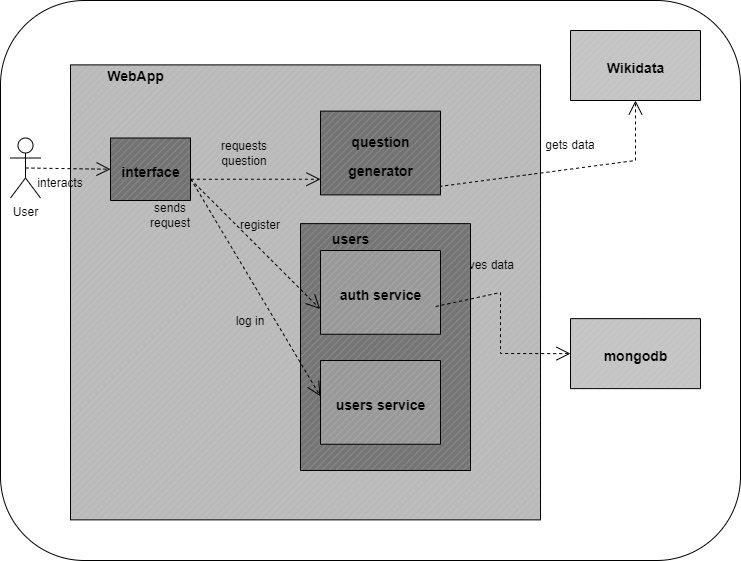
Before: docs/images/buildingBlock4.png, a diagram exported from draw.io (Arquisoft/wiq_es1b). Source tidied: cells renumbered, new cells last; positions are measured from the earlier drawing's top-left corner, leaving out a move shared by most shapes.
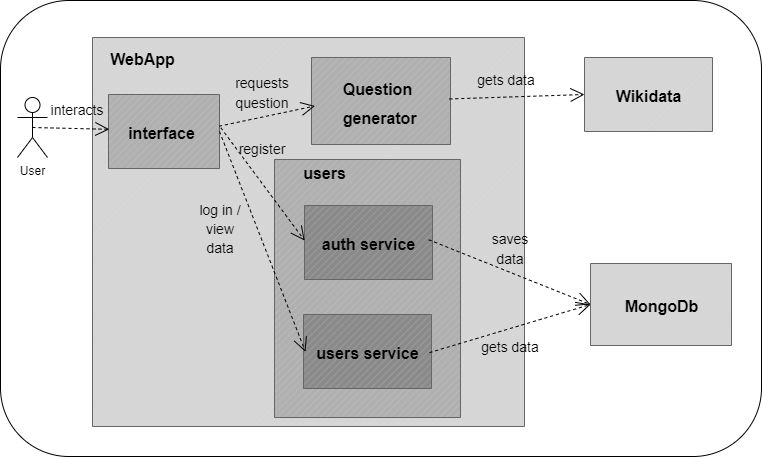
The same diagram one commit later.

Commit message:
Modified error on diagram 4

The edit, as a diff of the source:
```diff
@@ -2,113 +2,101 @@
   <root>
     <mxCell id="0" />
     <mxCell id="1" parent="0" />
-    <mxCell id="2" style="rounded=1;whiteSpace=wrap;html=1;" parent="1" vertex="1">
-      <mxGeometry width="740" height="560" as="geometry" />
-    </mxCell>
+    <mxCell id="33" style="rounded=1;whiteSpace=wrap;html=1;" parent="1" vertex="1">
+      <mxGeometry x="-223" y="23" width="761" height="456" as="geometry" />
+    </mxCell>
-    <mxCell id="3" value="User" style="shape=umlActor;verticalLabelPosition=bottom;verticalAlign=top;html=1;" parent="1" vertex="1">
-      <mxGeometry x="10" y="137.5" width="30" height="60" as="geometry" />
+    <mxCell id="3" value="User" style="shape=umlActor;verticalLabelPosition=bottom;verticalAlign=top;html=1;outlineConnect=0;" parent="1" vertex="1">
+      <mxGeometry x="-206" y="120" width="30" height="60" as="geometry" />
     </mxCell>
-    <mxCell id="4" style="verticalLabelPosition=bottom;verticalAlign=top;html=1;shape=mxgraph.basic.patternFillRect;fillStyle=diag;step=5;fillStrokeWidth=0.2;fillStrokeColor=#dddddd;fillColor=#BABABA;" parent="1" vertex="1">
-      <mxGeometry x="70" y="64.4" width="470" height="455" as="geometry" />
-    </mxCell>
+    <mxCell id="34" style="verticalLabelPosition=bottom;verticalAlign=top;html=1;shape=mxgraph.basic.patternFillRect;fillStyle=diag;step=5;fillStrokeWidth=0.2;fillStrokeColor=#dddddd;fillColor=#D6D6D6;fontColor=#333333;strokeColor=#666666;" parent="1" vertex="1">
+      <mxGeometry x="-131" y="60" width="432" height="389" as="geometry" />
+    </mxCell>
+    <mxCell id="35" style="verticalLabelPosition=bottom;verticalAlign=top;html=1;shape=mxgraph.basic.patternFillRect;fillStyle=diag;step=5;fillStrokeWidth=0.2;fillStrokeColor=#dddddd;fillColor=#D6D6D6;fontColor=#333333;strokeColor=#666666;" parent="1" vertex="1">
+      <mxGeometry x="367" y="286" width="141" height="82" as="geometry" />
+    </mxCell>
+    <mxCell id="36" style="verticalLabelPosition=bottom;verticalAlign=top;html=1;shape=mxgraph.basic.patternFillRect;fillStyle=diag;step=5;fillStrokeWidth=0.2;fillStrokeColor=#dddddd;fillColor=#D6D6D6;fontColor=#333333;strokeColor=#666666;" parent="1" vertex="1">
+      <mxGeometry x="361" y="80" width="128" height="74" as="geometry" />
+    </mxCell>
+    <mxCell id="9" value="&lt;font style=&quot;font-size: 16px;&quot;&gt;Wikidata&lt;/font&gt;" style="text;strokeColor=none;fillColor=none;html=1;fontSize=24;fontStyle=1;verticalAlign=middle;align=center;" parent="1" vertex="1">
+      <mxGeometry x="375" y="97" width="100" height="40" as="geometry" />
+    </mxCell>
+    <mxCell id="37" value="&lt;font style=&quot;font-size: 16px;&quot;&gt;MongoDb&lt;/font&gt;" style="text;strokeColor=none;fillColor=none;html=1;fontSize=24;fontStyle=1;verticalAlign=middle;align=center;" parent="1" vertex="1">
+      <mxGeometry x="387.5" y="307" width="100" height="40" as="geometry" />
+    </mxCell>
-    <mxCell id="5" value="&lt;font style=&quot;font-size: 14px;&quot;&gt;WebApp&lt;/font&gt;" style="text;strokeColor=none;fillColor=none;html=1;fontSize=24;fontStyle=1;verticalAlign=middle;align=center;" parent="1" vertex="1">
-      <mxGeometry x="90" y="55" width="90" height="35" as="geometry" />
+    <mxCell id="5" value="&lt;font style=&quot;font-size: 16px;&quot;&gt;WebApp&lt;/font&gt;" style="text;strokeColor=none;fillColor=none;html=1;fontSize=24;fontStyle=1;verticalAlign=middle;align=center;" parent="1" vertex="1">
+      <mxGeometry x="-131" y="60" width="100" height="40" as="geometry" />
     </mxCell>
-    <mxCell id="6" style="endArrow=open;endSize=12;dashed=1;html=1;rounded=0;entryX=0;entryY=0.5;entryDx=0;entryDy=0;exitX=0.5;exitY=0.5;exitDx=0;exitDy=0;exitPerimeter=0;" parent="1" edge="1" source="3" target="13">
-      <mxGeometry relative="1" as="geometry" />
-    </mxCell>
-    <mxCell id="7" style="endArrow=open;endSize=12;dashed=1;html=1;rounded=0;exitX=0.772;exitY=0.269;exitDx=0;exitDy=0;exitPerimeter=0;entryX=0.5;entryY=1;entryDx=0;entryDy=0;entryPerimeter=0;" parent="1" edge="1" source="4" target="8">
-      <mxGeometry relative="1" as="geometry">
-        <Array as="points">
-          <mxPoint x="635" y="160" />
-        </Array>
-      </mxGeometry>
-    </mxCell>
-    <mxCell id="8" style="verticalLabelPosition=bottom;verticalAlign=top;html=1;shape=mxgraph.basic.patternFillRect;fillStyle=diag;step=5;fillStrokeWidth=0.2;fillStrokeColor=#dddddd;fillColor=#C4C4C4;" parent="1" vertex="1">
-      <mxGeometry x="570" y="30" width="130" height="70" as="geometry" />
-    </mxCell>
-    <mxCell id="9" value="&lt;font style=&quot;font-size: 14px;&quot;&gt;Wikidata&lt;/font&gt;" style="text;strokeColor=none;fillColor=none;html=1;fontSize=24;fontStyle=1;verticalAlign=middle;align=center;" parent="1" vertex="1">
-      <mxGeometry x="590" y="47.5" width="90" height="35" as="geometry" />
-    </mxCell>
+    <mxCell id="38" style="verticalLabelPosition=bottom;verticalAlign=top;html=1;shape=mxgraph.basic.patternFillRect;fillStyle=diag;step=5;fillStrokeWidth=0.2;fillStrokeColor=#dddddd;fillColor=#B0B0B0;fontColor=#333333;strokeColor=#666666;" parent="1" vertex="1">
+      <mxGeometry x="-115" y="117" width="111" height="74" as="geometry" />
+    </mxCell>
+    <mxCell id="39" style="verticalLabelPosition=bottom;verticalAlign=top;html=1;shape=mxgraph.basic.patternFillRect;fillStyle=diag;step=5;fillStrokeWidth=0.2;fillStrokeColor=#dddddd;fillColor=#B0B0B0;fontColor=#333333;strokeColor=#666666;" parent="1" vertex="1">
+      <mxGeometry x="88" y="80" width="139" height="87" as="geometry" />
+    </mxCell>
+    <mxCell id="40" style="verticalLabelPosition=bottom;verticalAlign=top;html=1;shape=mxgraph.basic.patternFillRect;fillStyle=diag;step=5;fillStrokeWidth=0.2;fillStrokeColor=#dddddd;fillColor=#B0B0B0;fontColor=#333333;strokeColor=#666666;" parent="1" vertex="1">
+      <mxGeometry x="51" y="182" width="186" height="258" as="geometry" />
+    </mxCell>
+    <mxCell id="13" value="&lt;font style=&quot;font-size: 16px;&quot;&gt;interface&lt;/font&gt;" style="text;strokeColor=none;fillColor=none;html=1;fontSize=24;fontStyle=1;verticalAlign=middle;align=center;" parent="1" vertex="1">
+      <mxGeometry x="-112" y="134" width="100" height="40" as="geometry" />
+    </mxCell>
+    <mxCell id="41" value="&lt;font style=&quot;font-size: 16px;&quot;&gt;Question&lt;br&gt;&amp;nbsp;generator&lt;/font&gt;" style="text;strokeColor=none;fillColor=none;html=1;fontSize=24;fontStyle=1;verticalAlign=middle;align=center;" parent="1" vertex="1">
+      <mxGeometry x="104" y="103.5" width="100" height="40" as="geometry" />
+    </mxCell>
+    <mxCell id="32" value="&lt;span style=&quot;font-size: 16px;&quot;&gt;users&lt;/span&gt;" style="text;strokeColor=none;fillColor=none;html=1;fontSize=24;fontStyle=1;verticalAlign=middle;align=center;" parent="1" vertex="1">
+      <mxGeometry x="51" y="174" width="100" height="40" as="geometry" />
+    </mxCell>
+    <mxCell id="42" style="verticalLabelPosition=bottom;verticalAlign=top;html=1;shape=mxgraph.basic.patternFillRect;fillStyle=diag;step=5;fillStrokeWidth=0.2;fillStrokeColor=#dddddd;fillColor=#8A8A8A;fontColor=#333333;strokeColor=#666666;" parent="1" vertex="1">
+      <mxGeometry x="81" y="228" width="128" height="74" as="geometry" />
+    </mxCell>
+    <mxCell id="43" style="verticalLabelPosition=bottom;verticalAlign=top;html=1;shape=mxgraph.basic.patternFillRect;fillStyle=diag;step=5;fillStrokeWidth=0.2;fillStrokeColor=#dddddd;fillColor=#8A8A8A;fontColor=#333333;strokeColor=#666666;" parent="1" vertex="1">
+      <mxGeometry x="80" y="337" width="128" height="74" as="geometry" />
+    </mxCell>
+    <mxCell id="25" value="&lt;span style=&quot;font-size: 16px;&quot;&gt;auth service&lt;/span&gt;" style="text;strokeColor=none;fillColor=none;html=1;fontSize=24;fontStyle=1;verticalAlign=middle;align=center;" parent="1" vertex="1">
+      <mxGeometry x="95" y="245" width="100" height="40" as="geometry" />
+    </mxCell>
+    <mxCell id="27" value="&lt;span style=&quot;font-size: 16px;&quot;&gt;users service&lt;/span&gt;" style="text;strokeColor=none;fillColor=none;html=1;fontSize=24;fontStyle=1;verticalAlign=middle;align=center;" parent="1" vertex="1">
+      <mxGeometry x="94" y="354" width="100" height="40" as="geometry" />
+    </mxCell>
+    <mxCell id="44" style="endArrow=open;endSize=12;dashed=1;html=1;rounded=0;fontSize=12;exitX=0.5;exitY=0.5;exitDx=0;exitDy=0;exitPerimeter=0;entryX=0.039;entryY=0.236;entryDx=0;entryDy=0;entryPerimeter=0;" parent="1" edge="1" source="3" target="34">
+      <mxGeometry relative="1" as="geometry" />
+    </mxCell>
-    <mxCell id="10" value="interacts" style="text;html=1;align=center;verticalAlign=middle;whiteSpace=wrap;rounded=0;" parent="1" vertex="1">
-      <mxGeometry x="30" y="167.5" width="60" height="30" as="geometry" />
+    <mxCell id="10" value="&lt;font style=&quot;font-size: 14px;&quot;&gt;interacts&lt;/font&gt;" style="text;html=1;align=center;verticalAlign=middle;whiteSpace=wrap;rounded=0;fontSize=16;" parent="1" vertex="1">
+      <mxGeometry x="-176" y="117" width="60" height="30" as="geometry" />
     </mxCell>
-    <mxCell id="11" value="gets data" style="text;html=1;align=center;verticalAlign=middle;whiteSpace=wrap;rounded=0;" parent="1" vertex="1">
-      <mxGeometry x="540" y="130" width="60" height="30" as="geometry" />
-    </mxCell>
-    <mxCell id="12" style="verticalLabelPosition=bottom;verticalAlign=top;html=1;shape=mxgraph.basic.patternFillRect;fillStyle=diag;step=5;fillStrokeWidth=0.2;fillStrokeColor=#dddddd;fillColor=#737373;" parent="1" vertex="1">
-      <mxGeometry x="110" y="137.5" width="80" height="62.5" as="geometry" />
-    </mxCell>
-    <mxCell id="13" value="&lt;font style=&quot;font-size: 14px;&quot;&gt;interface&lt;/font&gt;" style="text;strokeColor=none;fillColor=none;html=1;fontSize=24;fontStyle=1;verticalAlign=middle;align=center;" parent="1" vertex="1">
-      <mxGeometry x="110" y="151.2" width="80" height="35" as="geometry" />
-    </mxCell>
-    <mxCell id="14" style="verticalLabelPosition=bottom;verticalAlign=top;html=1;shape=mxgraph.basic.patternFillRect;fillStyle=diag;step=5;fillStrokeWidth=0.2;fillStrokeColor=#dddddd;fillColor=#737373;" parent="1" vertex="1">
-      <mxGeometry x="320" y="110.6" width="120" height="83.8" as="geometry" />
-    </mxCell>
-    <mxCell id="15" value="sends&lt;br&gt;request" style="text;html=1;align=center;verticalAlign=middle;whiteSpace=wrap;rounded=0;" parent="1" vertex="1">
-      <mxGeometry x="140" y="200" width="60" height="30" as="geometry" />
-    </mxCell>
-    <mxCell id="16" value="&lt;font style=&quot;font-size: 14px;&quot;&gt;question &lt;br&gt;generator&lt;/font&gt;" style="text;strokeColor=none;fillColor=none;html=1;fontSize=24;fontStyle=1;verticalAlign=middle;align=center;" parent="1" vertex="1">
-      <mxGeometry x="340" y="126.2" width="80" height="52.5" as="geometry" />
-    </mxCell>
-    <mxCell id="17" style="endArrow=open;endSize=12;dashed=1;html=1;rounded=0;entryX=0.512;entryY=0.335;entryDx=0;entryDy=0;exitX=0.224;exitY=0.335;exitDx=0;exitDy=0;exitPerimeter=0;entryPerimeter=0;" parent="1" edge="1">
-      <mxGeometry relative="1" as="geometry">
-        <mxPoint x="190.4" y="178.8" as="sourcePoint" />
-        <mxPoint x="320" y="178.8" as="targetPoint" />
-      </mxGeometry>
-    </mxCell>
+    <mxCell id="45" style="endArrow=open;endSize=12;dashed=1;html=1;rounded=0;fontSize=12;exitX=0.293;exitY=0.228;exitDx=0;exitDy=0;exitPerimeter=0;entryX=0.515;entryY=0.176;entryDx=0;entryDy=0;entryPerimeter=0;" parent="1" edge="1" source="34" target="34">
+      <mxGeometry relative="1" as="geometry" />
+    </mxCell>
+    <mxCell id="19" value="&lt;font style=&quot;font-size: 14px;&quot;&gt;requests&lt;br&gt;question&lt;br&gt;&lt;/font&gt;" style="text;html=1;align=center;verticalAlign=middle;whiteSpace=wrap;rounded=0;fontSize=16;" parent="1" vertex="1">
+      <mxGeometry x="9" y="100" width="60" height="30" as="geometry" />
+    </mxCell>
+    <mxCell id="46" style="endArrow=open;endSize=12;dashed=1;html=1;rounded=0;fontSize=12;exitX=0.297;exitY=0.232;exitDx=0;exitDy=0;exitPerimeter=0;entryX=0.491;entryY=0.522;entryDx=0;entryDy=0;entryPerimeter=0;" parent="1" edge="1" source="34" target="34">
+      <mxGeometry relative="1" as="geometry" />
+    </mxCell>
+    <mxCell id="47" style="endArrow=open;endSize=12;dashed=1;html=1;rounded=0;fontSize=12;exitX=1;exitY=0.5;exitDx=0;exitDy=0;exitPerimeter=0;entryX=0.493;entryY=0.808;entryDx=0;entryDy=0;entryPerimeter=0;" parent="1" edge="1" source="38" target="34">
+      <mxGeometry relative="1" as="geometry" />
+    </mxCell>
-    <mxCell id="18" value="register" style="text;html=1;align=center;verticalAlign=middle;whiteSpace=wrap;rounded=0;" parent="1" vertex="1">
-      <mxGeometry x="230" y="210" width="60" height="30" as="geometry" />
+    <mxCell id="18" value="&lt;font style=&quot;font-size: 14px;&quot;&gt;register&lt;br&gt;&lt;/font&gt;" style="text;html=1;align=center;verticalAlign=middle;whiteSpace=wrap;rounded=0;fontSize=16;" parent="1" vertex="1">
+      <mxGeometry x="9" y="156" width="60" height="30" as="geometry" />
     </mxCell>
-    <mxCell id="19" value="requests question" style="text;html=1;align=center;verticalAlign=middle;whiteSpace=wrap;rounded=0;" parent="1" vertex="1">
-      <mxGeometry x="214" y="137.5" width="60" height="30" as="geometry" />
-    </mxCell>
-    <mxCell id="20" style="verticalLabelPosition=bottom;verticalAlign=top;html=1;shape=mxgraph.basic.patternFillRect;fillStyle=diag;step=5;fillStrokeWidth=0.2;fillStrokeColor=#dddddd;fillColor=#C4C4C4;" parent="1" vertex="1">
-      <mxGeometry x="570" y="318.1" width="130" height="70" as="geometry" />
-    </mxCell>
-    <mxCell id="21" value="&lt;font style=&quot;font-size: 14px;&quot;&gt;mongodb&lt;/font&gt;" style="text;strokeColor=none;fillColor=none;html=1;fontSize=24;fontStyle=1;verticalAlign=middle;align=center;" parent="1" vertex="1">
-      <mxGeometry x="590" y="335.6" width="90" height="35" as="geometry" />
-    </mxCell>
+    <mxCell id="48" value="&lt;font style=&quot;font-size: 14px;&quot;&gt;log in / view data&lt;br&gt;&lt;/font&gt;" style="text;html=1;align=center;verticalAlign=middle;whiteSpace=wrap;rounded=0;fontSize=16;" parent="1" vertex="1">
+      <mxGeometry x="-33" y="236" width="60" height="30" as="geometry" />
+    </mxCell>
+    <mxCell id="49" style="endArrow=open;endSize=12;dashed=1;html=1;rounded=0;fontSize=12;exitX=0.826;exitY=0.158;exitDx=0;exitDy=0;exitPerimeter=0;entryX=0;entryY=0.5;entryDx=0;entryDy=0;entryPerimeter=0;" parent="1" edge="1" source="34" target="36">
+      <mxGeometry relative="1" as="geometry" />
+    </mxCell>
+    <mxCell id="50" style="endArrow=open;endSize=12;dashed=1;html=1;rounded=0;fontSize=12;exitX=0.829;exitY=0.311;exitDx=0;exitDy=0;exitPerimeter=0;entryX=0;entryY=0.5;entryDx=0;entryDy=0;entryPerimeter=0;" parent="1" edge="1" source="40" target="35">
+      <mxGeometry relative="1" as="geometry" />
+    </mxCell>
+    <mxCell id="51" style="endArrow=open;endSize=12;dashed=1;html=1;rounded=0;fontSize=12;exitX=0.78;exitY=0.81;exitDx=0;exitDy=0;exitPerimeter=0;entryX=0;entryY=0.5;entryDx=0;entryDy=0;entryPerimeter=0;" parent="1" edge="1" source="34" target="35">
+      <mxGeometry relative="1" as="geometry" />
+    </mxCell>
+    <mxCell id="52" value="&lt;font style=&quot;font-size: 14px;&quot;&gt;gets data&lt;br&gt;&lt;/font&gt;" style="text;html=1;align=center;verticalAlign=middle;whiteSpace=wrap;rounded=0;fontSize=16;" parent="1" vertex="1">
+      <mxGeometry x="253" y="87" width="60" height="30" as="geometry" />
+    </mxCell>
-    <mxCell id="22" value="saves data" style="text;html=1;align=center;verticalAlign=middle;whiteSpace=wrap;rounded=0;" parent="1" vertex="1">
-      <mxGeometry x="440" y="250" width="90" height="30" as="geometry" />
+    <mxCell id="22" value="&lt;font style=&quot;font-size: 14px;&quot;&gt;saves data&lt;br&gt;&lt;/font&gt;" style="text;html=1;align=center;verticalAlign=middle;whiteSpace=wrap;rounded=0;fontSize=16;" parent="1" vertex="1">
+      <mxGeometry x="257" y="256" width="60" height="30" as="geometry" />
     </mxCell>
-    <mxCell id="23" style="verticalLabelPosition=bottom;verticalAlign=top;html=1;shape=mxgraph.basic.patternFillRect;fillStyle=diag;step=5;fillStrokeWidth=0.2;fillStrokeColor=#dddddd;fillColor=#757575;" parent="1" vertex="1">
-      <mxGeometry x="300" y="223.1" width="170" height="246.9" as="geometry" />
-    </mxCell>
-    <mxCell id="24" style="verticalLabelPosition=bottom;verticalAlign=top;html=1;shape=mxgraph.basic.patternFillRect;fillStyle=diag;step=5;fillStrokeWidth=0.2;fillStrokeColor=#dddddd;fillColor=#999999;" parent="1" vertex="1">
-      <mxGeometry x="320" y="250" width="120" height="83.8" as="geometry" />
-    </mxCell>
-    <mxCell id="25" value="&lt;span style=&quot;font-size: 14px;&quot;&gt;auth service&lt;/span&gt;" style="text;strokeColor=none;fillColor=none;html=1;fontSize=24;fontStyle=1;verticalAlign=middle;align=center;" parent="1" vertex="1">
-      <mxGeometry x="340" y="265.6" width="80" height="52.5" as="geometry" />
-    </mxCell>
-    <mxCell id="26" style="verticalLabelPosition=bottom;verticalAlign=top;html=1;shape=mxgraph.basic.patternFillRect;fillStyle=diag;step=5;fillStrokeWidth=0.2;fillStrokeColor=#dddddd;fillColor=#999999;" parent="1" vertex="1">
-      <mxGeometry x="320" y="360" width="120" height="83.8" as="geometry" />
-    </mxCell>
-    <mxCell id="27" value="&lt;span style=&quot;font-size: 14px;&quot;&gt;users service&lt;/span&gt;" style="text;strokeColor=none;fillColor=none;html=1;fontSize=24;fontStyle=1;verticalAlign=middle;align=center;" parent="1" vertex="1">
-      <mxGeometry x="340" y="375.6" width="80" height="52.5" as="geometry" />
-    </mxCell>
-    <mxCell id="28" style="endArrow=open;endSize=12;dashed=1;html=1;rounded=0;entryX=0.512;entryY=0.624;entryDx=0;entryDy=0;exitX=0.224;exitY=0.339;exitDx=0;exitDy=0;exitPerimeter=0;entryPerimeter=0;" parent="1" edge="1">
-      <mxGeometry relative="1" as="geometry">
-        <mxPoint x="190" y="178.7" as="sourcePoint" />
-        <mxPoint x="319.6" y="308.4" as="targetPoint" />
-      </mxGeometry>
-    </mxCell>
-    <mxCell id="29" style="endArrow=open;endSize=12;dashed=1;html=1;rounded=0;exitX=0.777;exitY=0.531;exitDx=0;exitDy=0;exitPerimeter=0;entryX=0;entryY=0.5;entryDx=0;entryDy=0;entryPerimeter=0;" parent="1" edge="1" source="4" target="20">
-      <mxGeometry relative="1" as="geometry">
-        <Array as="points">
-          <mxPoint x="500" y="292" />
-          <mxPoint x="500" y="353" />
-        </Array>
-      </mxGeometry>
-    </mxCell>
-    <mxCell id="30" value="log in" style="text;html=1;align=center;verticalAlign=middle;whiteSpace=wrap;rounded=0;" parent="1" vertex="1">
-      <mxGeometry x="220" y="305.6" width="60" height="30" as="geometry" />
-    </mxCell>
-    <mxCell id="31" style="endArrow=open;endSize=12;dashed=1;html=1;rounded=0;entryX=0.117;entryY=0.699;entryDx=0;entryDy=0;exitX=0.256;exitY=0.251;exitDx=0;exitDy=0;exitPerimeter=0;entryPerimeter=0;" parent="1" edge="1" source="4" target="23">
-      <mxGeometry relative="1" as="geometry" />
-    </mxCell>
-    <mxCell id="32" value="&lt;span style=&quot;font-size: 14px;&quot;&gt;users&lt;/span&gt;" style="text;strokeColor=none;fillColor=none;html=1;fontSize=24;fontStyle=1;verticalAlign=middle;align=center;" parent="1" vertex="1">
-      <mxGeometry x="310" y="210" width="80" height="52.5" as="geometry" />
-    </mxCell>
+    <mxCell id="53" value="&lt;font style=&quot;font-size: 14px;&quot;&gt;gets data&lt;br&gt;&lt;/font&gt;" style="text;html=1;align=center;verticalAlign=middle;whiteSpace=wrap;rounded=0;fontSize=16;" parent="1" vertex="1">
+      <mxGeometry x="257" y="354" width="60" height="30" as="geometry" />
+    </mxCell>
   </root>
 </mxGraphModel>
```
